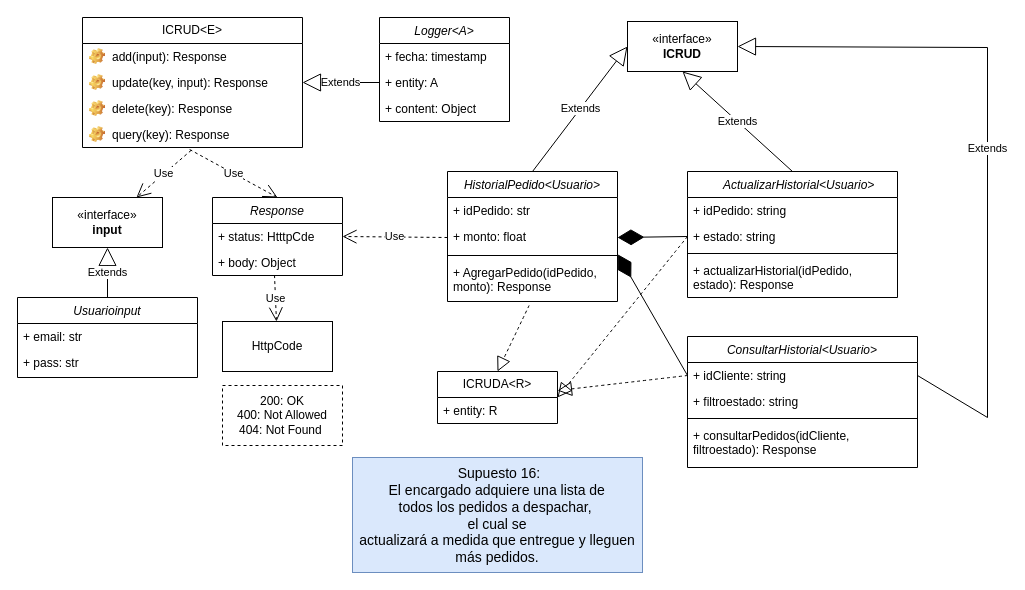
The draw.io diagram Front-End_Sprint/Diagrama Supuesto16.drawio in Giggin-html/dwm4, before the edit. Source tidied: cells renumbered, new cells numbered last; positions are measured from the earlier drawing's top-left corner, leaving out a move shared by most shapes. Both pictures are drawn from the tidied source at 100%, with x=0, y=0 at pixel (17, 17).
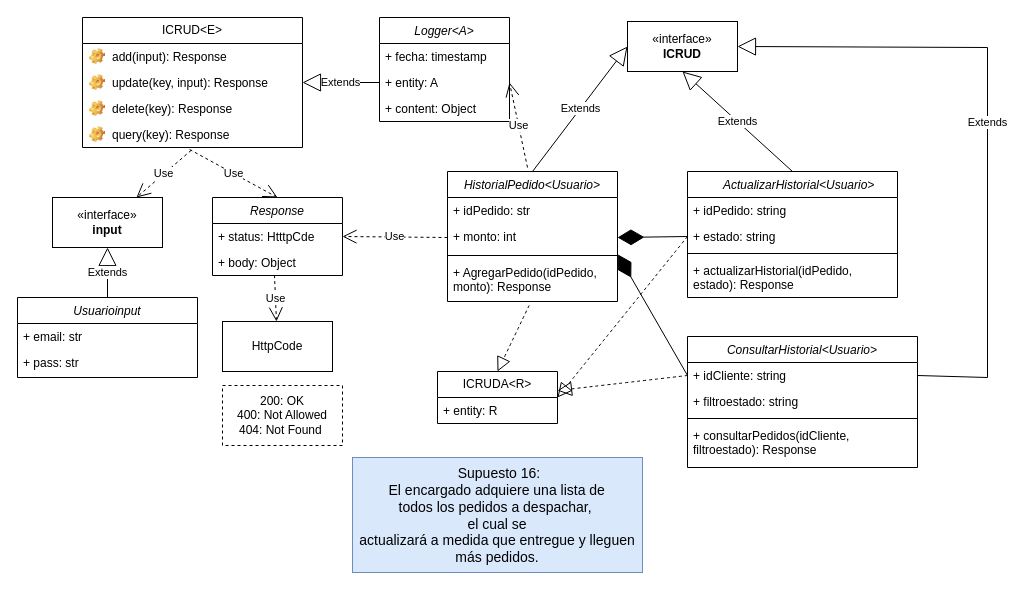
Above is the later version.

The change refers to these unchanged cells:
```xml
<mxCell id="4" value="+ idCliente: string" style="text;strokeColor=none;fillColor=none;align=left;verticalAlign=top;spacingLeft=4;spacingRight=4;overflow=hidden;points=[[0,0.5],[1,0.5]];portConstraint=eastwest;whiteSpace=wrap;html=1;" parent="3" vertex="1">
  <mxGeometry y="26" width="230" height="26" as="geometry" />
</mxCell>
<mxCell id="25" value="«interface»&lt;br&gt;&lt;b&gt;ICRUD&lt;/b&gt;" style="html=1;whiteSpace=wrap;" parent="1" vertex="1">
  <mxGeometry x="610" y="4" width="110" height="50" as="geometry" />
</mxCell>
<mxCell id="31" value="+ entity: A" style="text;strokeColor=none;fillColor=none;align=left;verticalAlign=top;spacingLeft=4;spacingRight=4;overflow=hidden;points=[[0,0.5],[1,0.5]];portConstraint=eastwest;whiteSpace=wrap;html=1;" parent="29" vertex="1">
  <mxGeometry y="52" width="130" height="26" as="geometry" />
</mxCell>
<mxCell id="42" value="HistorialPedido&lt;Usuario&gt;" style="swimlane;fontStyle=2;align=center;verticalAlign=top;horizontal=1;startSize=26;rounded=0;shadow=0;strokeWidth=1;" parent="1" vertex="1">
  <mxGeometry x="430" y="154" width="170" height="130" as="geometry" />
</mxCell>
```

The edit, as a diff of the source:
```diff
@@
     <mxCell id="26" value="Extends" style="endArrow=block;endSize=16;endFill=0;html=1;rounded=0;exitX=1;exitY=0.5;exitDx=0;exitDy=0;entryX=1;entryY=0.5;entryDx=0;entryDy=0;" parent="1" edge="1" source="4" target="25">
       <mxGeometry relative="1" as="geometry">
         <Array as="points">
-          <mxPoint x="970" y="400" />
+          <mxPoint x="970" y="360" />
           <mxPoint x="970" y="30" />
         </Array>
       </mxGeometry>
     </mxCell>
@@
-    <mxCell id="44" value="+ monto: float" style="text;strokeColor=none;fillColor=none;align=left;verticalAlign=top;spacingLeft=4;spacingRight=4;overflow=hidden;points=[[0,0.5],[1,0.5]];portConstraint=eastwest;whiteSpace=wrap;html=1;" parent="42" vertex="1">
+    <mxCell id="44" value="+ monto: int" style="text;strokeColor=none;fillColor=none;align=left;verticalAlign=top;spacingLeft=4;spacingRight=4;overflow=hidden;points=[[0,0.5],[1,0.5]];portConstraint=eastwest;whiteSpace=wrap;html=1;" parent="42" vertex="1">
       <mxGeometry y="52" width="170" height="28" as="geometry" />
     </mxCell>
@@
+    <mxCell id="53" value="Use" style="endArrow=open;endSize=12;dashed=1;html=1;rounded=0;entryX=1;entryY=0.5;entryDx=0;entryDy=0;" parent="1" edge="1" target="31">
+      <mxGeometry relative="1" as="geometry">
+        <mxPoint x="510" y="150" as="sourcePoint" />
+      </mxGeometry>
+    </mxCell>
```
